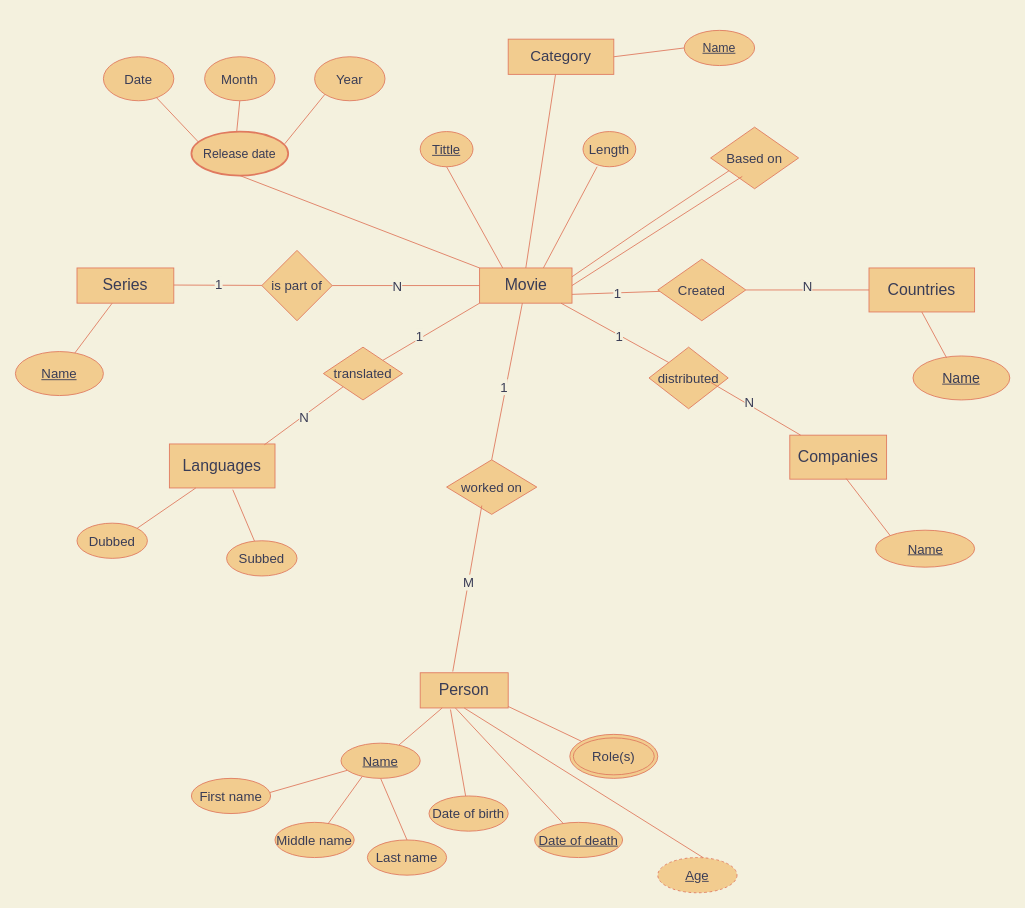
Before: Database Entity-relationship model.drawio in anniehuynh/Database-Entity-relationship-model, a draw.io diagram. Source tidied: cells renumbered, new cells numbered last; positions are measured from the earlier drawing's top-left corner, leaving out a move shared by most shapes. Both pictures are drawn from the tidied source at 88%, with x=0, y=0 at pixel (15, 30).
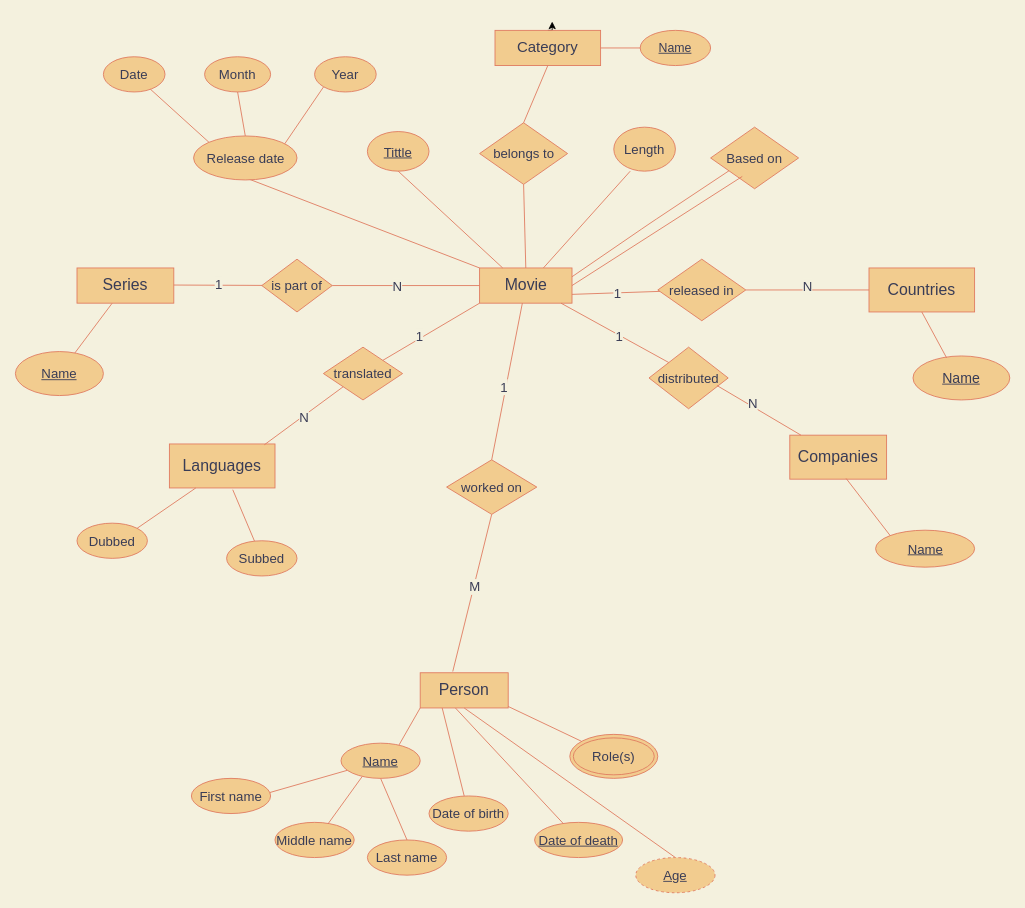
The same page after the edit.

The change refers to these unchanged cells:
```xml
<mxCell id="2" value="&lt;font style=&quot;font-size: 18px&quot;&gt;Movie&lt;/font&gt;" style="rounded=0;whiteSpace=wrap;html=1;fillColor=#F2CC8F;strokeColor=#E07A5F;fontColor=#393C56;" parent="1" vertex="1">
  <mxGeometry x="527.5" y="270" width="105" height="40" as="geometry" />
</mxCell>
<mxCell id="6" value="&lt;font style=&quot;font-size: 18px&quot;&gt;Companies&lt;/font&gt;" style="rounded=0;whiteSpace=wrap;html=1;sketch=0;strokeColor=#E07A5F;fillColor=#F2CC8F;fontColor=#393C56;" parent="1" vertex="1">
  <mxGeometry x="880" y="460" width="110" height="50" as="geometry" />
</mxCell>
<mxCell id="26" value="&lt;font style=&quot;font-size: 18px&quot;&gt;Person&lt;/font&gt;" style="rounded=0;whiteSpace=wrap;html=1;sketch=0;strokeColor=#E07A5F;fillColor=#F2CC8F;fontSize=15;fontColor=#393C56;" parent="1" vertex="1">
  <mxGeometry x="460" y="730" width="100" height="40" as="geometry" />
</mxCell>
<mxCell id="28" value="&lt;u&gt;Name&lt;/u&gt;" style="ellipse;whiteSpace=wrap;html=1;rounded=0;sketch=0;strokeColor=#E07A5F;fillColor=#F2CC8F;fontSize=15;fontColor=#393C56;" parent="1" vertex="1">
  <mxGeometry x="370" y="810" width="90" height="40" as="geometry" />
</mxCell>
<mxCell id="33" value="Date of birth" style="ellipse;whiteSpace=wrap;html=1;rounded=0;sketch=0;strokeColor=#E07A5F;fillColor=#F2CC8F;fontSize=15;fontColor=#393C56;" parent="1" vertex="1">
  <mxGeometry x="470" y="870" width="90" height="40" as="geometry" />
</mxCell>
<mxCell id="61" value="distributed" style="rhombus;whiteSpace=wrap;html=1;rounded=0;sketch=0;strokeColor=#E07A5F;fillColor=#F2CC8F;fontSize=15;fontColor=#393C56;" parent="1" vertex="1">
  <mxGeometry x="720" y="360" width="90" height="70" as="geometry" />
</mxCell>
<mxCell id="66" value="worked on" style="rhombus;whiteSpace=wrap;html=1;rounded=0;sketch=0;strokeColor=#E07A5F;fillColor=#F2CC8F;fontSize=15;fontColor=#393C56;" parent="1" vertex="1">
  <mxGeometry x="490" y="488" width="102.5" height="62" as="geometry" />
</mxCell>
```

What changed in the source:
```diff
@@
     <mxCell id="12" value="Date" style="ellipse;whiteSpace=wrap;html=1;rounded=0;sketch=0;strokeColor=#E07A5F;fillColor=#F2CC8F;fontSize=15;fontColor=#393C56;" parent="1" vertex="1">
-      <mxGeometry x="100" y="30" width="80" height="50" as="geometry" />
+      <mxGeometry x="100" y="30" width="70" height="40" as="geometry" />
     </mxCell>
     <mxCell id="13" value="Month" style="ellipse;whiteSpace=wrap;html=1;rounded=0;sketch=0;strokeColor=#E07A5F;fillColor=#F2CC8F;fontSize=15;fontColor=#393C56;" parent="1" vertex="1">
-      <mxGeometry x="215" y="30" width="80" height="50" as="geometry" />
+      <mxGeometry x="215" y="30" width="75" height="40" as="geometry" />
     </mxCell>
     <mxCell id="14" value="Year" style="ellipse;whiteSpace=wrap;html=1;rounded=0;sketch=0;strokeColor=#E07A5F;fillColor=#F2CC8F;fontSize=15;fontColor=#393C56;" parent="1" vertex="1">
-      <mxGeometry x="340" y="30" width="80" height="50" as="geometry" />
+      <mxGeometry x="340" y="30" width="70" height="40" as="geometry" />
     </mxCell>
-    <mxCell id="15" style="endArrow=none;html=1;strokeColor=#E07A5F;fillColor=#F2CC8F;fontSize=15;fontColor=#393C56;exitX=0.192;exitY=-0.025;exitDx=0;exitDy=0;exitPerimeter=0;labelBackgroundColor=#F4F1DE;" parent="1" edge="1" target="12">
-      <mxGeometry relative="1" as="geometry">
-        <mxPoint x="210" y="129" as="sourcePoint" />
-      </mxGeometry>
+    <mxCell id="15" style="endArrow=none;html=1;strokeColor=#E07A5F;fillColor=#F2CC8F;fontSize=15;fontColor=#393C56;exitX=0;exitY=0;exitDx=0;exitDy=0;labelBackgroundColor=#F4F1DE;" parent="1" edge="1" source="77" target="12">
+      <mxGeometry relative="1" as="geometry" />
     </mxCell>
-    <mxCell id="16" style="endArrow=none;html=1;strokeColor=#E07A5F;fillColor=#F2CC8F;fontSize=15;fontColor=#393C56;exitX=0.5;exitY=0;exitDx=0;exitDy=0;entryX=0.5;entryY=1;entryDx=0;entryDy=0;labelBackgroundColor=#F4F1DE;" parent="1" edge="1" target="13">
-      <mxGeometry relative="1" as="geometry">
-        <mxPoint x="250" y="130" as="sourcePoint" />
-      </mxGeometry>
+    <mxCell id="16" style="endArrow=none;html=1;strokeColor=#E07A5F;fillColor=#F2CC8F;fontSize=15;fontColor=#393C56;exitX=0.5;exitY=0;exitDx=0;exitDy=0;entryX=0.5;entryY=1;entryDx=0;entryDy=0;labelBackgroundColor=#F4F1DE;" parent="1" edge="1" source="77" target="13">
+      <mxGeometry relative="1" as="geometry" />
     </mxCell>
@@
     <mxCell id="18" value="&lt;u&gt;Tittle&lt;/u&gt;" style="ellipse;whiteSpace=wrap;html=1;rounded=0;sketch=0;strokeColor=#E07A5F;fillColor=#F2CC8F;fontSize=15;fontColor=#393C56;" parent="1" vertex="1">
-      <mxGeometry x="460" y="115" width="60" height="40" as="geometry" />
+      <mxGeometry x="400" y="115" width="70" height="45" as="geometry" />
     </mxCell>
     <mxCell id="19" value="Length" style="ellipse;whiteSpace=wrap;html=1;rounded=0;sketch=0;strokeColor=#E07A5F;fillColor=#F2CC8F;fontSize=15;fontColor=#393C56;" parent="1" vertex="1">
-      <mxGeometry x="645" y="115" width="60" height="40" as="geometry" />
+      <mxGeometry x="680" y="110" width="70" height="50" as="geometry" />
     </mxCell>
@@
-    <mxCell id="21" style="endArrow=none;html=1;strokeColor=#E07A5F;fillColor=#F2CC8F;fontSize=15;fontColor=#393C56;exitX=0.5;exitY=0;exitDx=0;exitDy=0;entryX=0.5;entryY=1;entryDx=0;entryDy=0;labelBackgroundColor=#F4F1DE;" parent="1" edge="1" source="2">
-      <mxGeometry relative="1" as="geometry">
-        <mxPoint x="613.8" y="50" as="targetPoint" />
-      </mxGeometry>
+    <mxCell id="21" style="endArrow=none;html=1;strokeColor=#E07A5F;fillColor=#F2CC8F;fontSize=15;fontColor=#393C56;exitX=0.5;exitY=0;exitDx=0;exitDy=0;labelBackgroundColor=#F4F1DE;entryX=0.5;entryY=1;entryDx=0;entryDy=0;" parent="1" edge="1" source="2" target="79">
+      <mxGeometry relative="1" as="geometry" />
     </mxCell>
@@
-    <mxCell id="27" style="endArrow=none;html=1;strokeColor=#E07A5F;fillColor=#F2CC8F;fontSize=15;fontColor=#393C56;entryX=0.25;entryY=1;entryDx=0;entryDy=0;exitX=0.733;exitY=0.05;exitDx=0;exitDy=0;exitPerimeter=0;labelBackgroundColor=#F4F1DE;" parent="1" edge="1" source="28" target="26">
+    <mxCell id="27" style="endArrow=none;html=1;strokeColor=#E07A5F;fillColor=#F2CC8F;fontSize=15;fontColor=#393C56;entryX=0;entryY=1;entryDx=0;entryDy=0;exitX=0.733;exitY=0.05;exitDx=0;exitDy=0;exitPerimeter=0;labelBackgroundColor=#F4F1DE;" parent="1" edge="1" source="28" target="26">
       <mxGeometry relative="1" as="geometry" />
     </mxCell>
@@
-    <mxCell id="29" style="endArrow=none;html=1;strokeColor=#E07A5F;fillColor=#F2CC8F;fontSize=15;fontColor=#393C56;entryX=0.5;entryY=1;entryDx=0;entryDy=0;exitX=0.589;exitY=0.025;exitDx=0;exitDy=0;exitPerimeter=0;labelBackgroundColor=#F4F1DE;" parent="1" edge="1" source="30" target="26">
+    <mxCell id="29" style="endArrow=none;html=1;strokeColor=#E07A5F;fillColor=#F2CC8F;fontSize=15;fontColor=#393C56;entryX=0.5;entryY=1;entryDx=0;entryDy=0;exitX=0.5;exitY=0;exitDx=0;exitDy=0;labelBackgroundColor=#F4F1DE;" parent="1" edge="1" source="30" target="26">
       <mxGeometry relative="1" as="geometry" />
     </mxCell>
     <mxCell id="30" value="&lt;u&gt;Age&lt;/u&gt;" style="ellipse;whiteSpace=wrap;html=1;rounded=0;sketch=0;strokeColor=#E07A5F;fillColor=#F2CC8F;fontSize=15;fontColor=#393C56;dashed=1;" parent="1" vertex="1">
-      <mxGeometry x="730" y="940" width="90" height="40" as="geometry" />
+      <mxGeometry x="705" y="940" width="90" height="40" as="geometry" />
     </mxCell>
@@
-    <mxCell id="32" style="edgeStyle=none;jettySize=auto;html=1;endArrow=none;strokeColor=#E07A5F;fillColor=#F2CC8F;fontSize=15;fontColor=#393C56;labelBackgroundColor=#F4F1DE;entryX=0.344;entryY=1.045;entryDx=0;entryDy=0;entryPerimeter=0;" parent="1" edge="1" source="33" target="26">
+    <mxCell id="32" style="edgeStyle=none;jettySize=auto;html=1;endArrow=none;strokeColor=#E07A5F;fillColor=#F2CC8F;fontSize=15;fontColor=#393C56;labelBackgroundColor=#F4F1DE;entryX=0.25;entryY=1;entryDx=0;entryDy=0;" parent="1" edge="1" source="33" target="26">
       <mxGeometry relative="1" as="geometry" />
     </mxCell>
@@
-    <mxCell id="45" value="Created" style="rhombus;whiteSpace=wrap;html=1;rounded=0;sketch=0;strokeColor=#E07A5F;fillColor=#F2CC8F;fontSize=15;fontColor=#393C56;" parent="1" vertex="1">
+    <mxCell id="45" value="released in" style="rhombus;whiteSpace=wrap;html=1;rounded=0;sketch=0;strokeColor=#E07A5F;fillColor=#F2CC8F;fontSize=15;fontColor=#393C56;" parent="1" vertex="1">
       <mxGeometry x="730" y="260" width="100" height="70" as="geometry" />
     </mxCell>
@@
     <mxCell id="55" value="is part of" style="rhombus;whiteSpace=wrap;html=1;rounded=0;sketch=0;strokeColor=#E07A5F;fillColor=#F2CC8F;fontSize=15;fontColor=#393C56;" parent="1" vertex="1">
-      <mxGeometry x="280" y="250" width="80" height="80" as="geometry" />
+      <mxGeometry x="280" y="260" width="80" height="60" as="geometry" />
     </mxCell>
@@
-    <mxCell id="60" style="endArrow=none;html=1;strokeColor=#E07A5F;fillColor=#F2CC8F;fontSize=15;fontColor=#393C56;labelBackgroundColor=#F4F1DE;entryX=0.5;entryY=1;entryDx=0;entryDy=0;exitX=0;exitY=0;exitDx=0;exitDy=0;" parent="1" edge="1" source="2" target="77">
-      <mxGeometry relative="1" as="geometry" />
+    <mxCell id="60" style="endArrow=none;html=1;strokeColor=#E07A5F;fillColor=#F2CC8F;fontSize=15;fontColor=#393C56;labelBackgroundColor=#F4F1DE;entryX=0.5;entryY=1;entryDx=0;entryDy=0;exitX=0;exitY=0;exitDx=0;exitDy=0;" parent="1" edge="1" source="2">
+      <mxGeometry relative="1" as="geometry">
+        <mxPoint x="255" y="165" as="targetPoint" />
+      </mxGeometry>
     </mxCell>
@@
-    <mxCell id="64" style="endArrow=none;html=1;strokeColor=#E07A5F;fillColor=#F2CC8F;fontSize=15;fontColor=#393C56;labelBackgroundColor=#F4F1DE;" parent="1" edge="1" target="6">
-      <mxGeometry relative="1" as="geometry">
-        <mxPoint x="790" y="400" as="sourcePoint" />
-      </mxGeometry>
+    <mxCell id="64" style="endArrow=none;html=1;strokeColor=#E07A5F;fillColor=#F2CC8F;fontSize=15;fontColor=#393C56;labelBackgroundColor=#F4F1DE;exitX=0.858;exitY=0.623;exitDx=0;exitDy=0;exitPerimeter=0;" parent="1" edge="1" source="61" target="6">
+      <mxGeometry relative="1" as="geometry" />
     </mxCell>
@@
-    <mxCell id="67" style="endArrow=none;html=1;strokeColor=#E07A5F;fillColor=#F2CC8F;fontSize=15;fontColor=#393C56;exitX=0.37;exitY=-0.035;exitDx=0;exitDy=0;exitPerimeter=0;labelBackgroundColor=#F4F1DE;" parent="1" edge="1" source="26">
-      <mxGeometry relative="1" as="geometry">
-        <mxPoint x="530" y="540" as="targetPoint" />
-      </mxGeometry>
+    <mxCell id="67" style="endArrow=none;html=1;strokeColor=#E07A5F;fillColor=#F2CC8F;fontSize=15;fontColor=#393C56;exitX=0.37;exitY=-0.035;exitDx=0;exitDy=0;exitPerimeter=0;labelBackgroundColor=#F4F1DE;entryX=0.5;entryY=1;entryDx=0;entryDy=0;" parent="1" edge="1" source="26" target="66">
+      <mxGeometry relative="1" as="geometry" />
     </mxCell>
@@
+    <mxCell id="78" style="edgeStyle=orthogonalEdgeStyle;rounded=0;jettySize=auto;html=1;exitX=0.5;exitY=0;exitDx=0;exitDy=0;" parent="1" edge="1" source="74">
+      <mxGeometry relative="1" as="geometry">
+        <mxPoint x="610" y="-10" as="targetPoint" />
+      </mxGeometry>
+    </mxCell>
     <mxCell id="74" value="Category" style="rounded=0;whiteSpace=wrap;html=1;fillColor=#F2CC8F;strokeColor=#E07A5F;fontColor=#393C56;fontSize=17;" parent="1" vertex="1">
-      <mxGeometry x="560" y="10" width="120" height="40" as="geometry" />
+      <mxGeometry x="545" width="120" height="40" as="geometry" />
     </mxCell>
@@
     <mxCell id="76" value="Name" style="ellipse;whiteSpace=wrap;html=1;rounded=0;sketch=0;strokeColor=#E07A5F;fillColor=#F2CC8F;fontSize=14;fontColor=#393C56;fontStyle=4;" parent="1" vertex="1">
-      <mxGeometry x="760" width="80" height="40" as="geometry" />
+      <mxGeometry x="710" width="80" height="40" as="geometry" />
     </mxCell>
+    <mxCell id="79" value="belongs to" style="rhombus;whiteSpace=wrap;html=1;rounded=0;sketch=0;strokeColor=#E07A5F;fillColor=#F2CC8F;fontSize=15;fontColor=#393C56;" parent="1" vertex="1">
+      <mxGeometry x="527.5" y="105" width="100" height="70" as="geometry" />
+    </mxCell>
+    <mxCell id="80" style="endArrow=none;html=1;strokeColor=#E07A5F;fillColor=#F2CC8F;fontSize=15;fontColor=#393C56;entryX=0.5;entryY=1;entryDx=0;entryDy=0;labelBackgroundColor=#F4F1DE;exitX=0.5;exitY=0;exitDx=0;exitDy=0;" parent="1" edge="1" source="79" target="74">
+      <mxGeometry relative="1" as="geometry" />
+    </mxCell>
-    <mxCell id="77" value="Release date" style="ellipse;whiteSpace=wrap;html=1;rounded=0;sketch=0;strokeColor=#E07A5F;strokeWidth=2;fillColor=#F2CC8F;fontSize=14;fontColor=#393C56;" parent="1" vertex="1">
-      <mxGeometry x="200" y="115" width="110" height="50" as="geometry" />
+    <mxCell id="77" value="&lt;font style=&quot;font-size: 15px&quot;&gt;&lt;span&gt;Release date&lt;/span&gt;&lt;/font&gt;" style="ellipse;whiteSpace=wrap;html=1;rounded=0;fontSize=18;fontColor=#393C56;strokeColor=#E07A5F;fillColor=#F2CC8F;fontStyle=0;" parent="1" vertex="1">
+      <mxGeometry x="202.5" y="120" width="117.5" height="50" as="geometry" />
     </mxCell>
```
